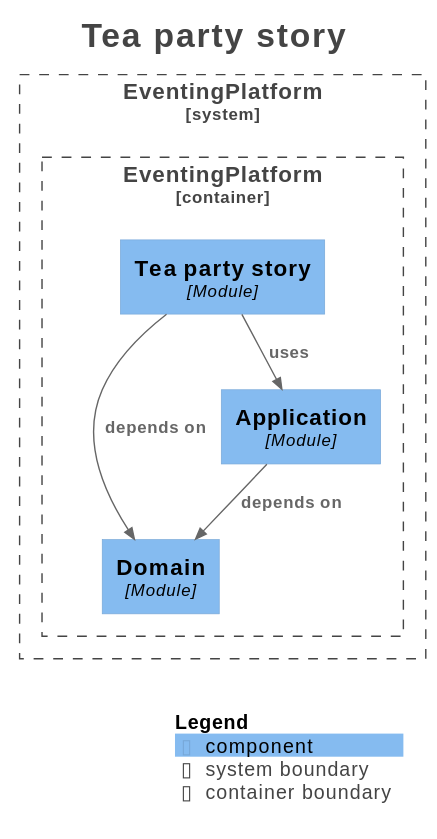
Before: docs/generated/architecture/svg/module-stories.teaparty.svg, a diagram exported from PlantUML (Mathmagicians/confluent-eventing-playground). Its diagram source:
```plantuml
@startuml
!pragma layout smetana
title <size:24>Tea party story</size>

set separator none
top to bottom direction

<style>
  root {
    BackgroundColor: #ffffff
    FontColor: #444444
  }
</style>

!include <C4/C4>
!include <C4/C4_Context>
!include <C4/C4_Component>

System_Boundary("EventingPlatform_boundary", "EventingPlatform", $tags="") {
  Container_Boundary("EventingPlatform.EventingPlatform_boundary", "EventingPlatform", $tags="") {
    Component(EventingPlatform.EventingPlatform.Teapartystory, "Tea party story", $techn="Module", $descr="", $tags="", $link="")
    Component(EventingPlatform.EventingPlatform.Domain, "Domain", $techn="Module", $descr="", $tags="", $link="")
    Component(EventingPlatform.EventingPlatform.Application, "Application", $techn="Module", $descr="", $tags="", $link="")
  }

}

Rel(EventingPlatform.EventingPlatform.Teapartystory, EventingPlatform.EventingPlatform.Domain, "depends on", $techn="", $tags="", $link="")
Rel(EventingPlatform.EventingPlatform.Teapartystory, EventingPlatform.EventingPlatform.Application, "uses", $techn="", $tags="", $link="")
Rel(EventingPlatform.EventingPlatform.Application, EventingPlatform.EventingPlatform.Domain, "depends on", $techn="", $tags="", $link="")

SHOW_LEGEND(true)
hide stereotypes
@enduml
```
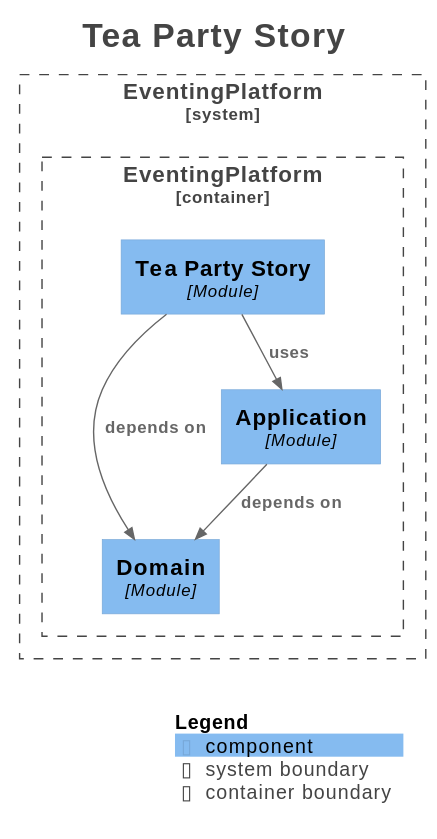
After the change.

The edit, as a diff of the source:
```diff
@@ -1,6 +1,6 @@
 @startuml
 !pragma layout smetana
-title <size:24>Tea party story</size>
+title <size:24>Tea Party Story</size>
 
 set separator none
 top to bottom direction
@@ -18,15 +18,15 @@
 
 System_Boundary("EventingPlatform_boundary", "EventingPlatform", $tags="") {
   Container_Boundary("EventingPlatform.EventingPlatform_boundary", "EventingPlatform", $tags="") {
-    Component(EventingPlatform.EventingPlatform.Teapartystory, "Tea party story", $techn="Module", $descr="", $tags="", $link="")
+    Component(EventingPlatform.EventingPlatform.TeaPartyStory, "Tea Party Story", $techn="Module", $descr="", $tags="", $link="")
     Component(EventingPlatform.EventingPlatform.Domain, "Domain", $techn="Module", $descr="", $tags="", $link="")
     Component(EventingPlatform.EventingPlatform.Application, "Application", $techn="Module", $descr="", $tags="", $link="")
   }
 
 }
 
-Rel(EventingPlatform.EventingPlatform.Teapartystory, EventingPlatform.EventingPlatform.Domain, "depends on", $techn="", $tags="", $link="")
-Rel(EventingPlatform.EventingPlatform.Teapartystory, EventingPlatform.EventingPlatform.Application, "uses", $techn="", $tags="", $link="")
+Rel(EventingPlatform.EventingPlatform.TeaPartyStory, EventingPlatform.EventingPlatform.Domain, "depends on", $techn="", $tags="", $link="")
+Rel(EventingPlatform.EventingPlatform.TeaPartyStory, EventingPlatform.EventingPlatform.Application, "uses", $techn="", $tags="", $link="")
 Rel(EventingPlatform.EventingPlatform.Application, EventingPlatform.EventingPlatform.Domain, "depends on", $techn="", $tags="", $link="")
 
 SHOW_LEGEND(true)
```
